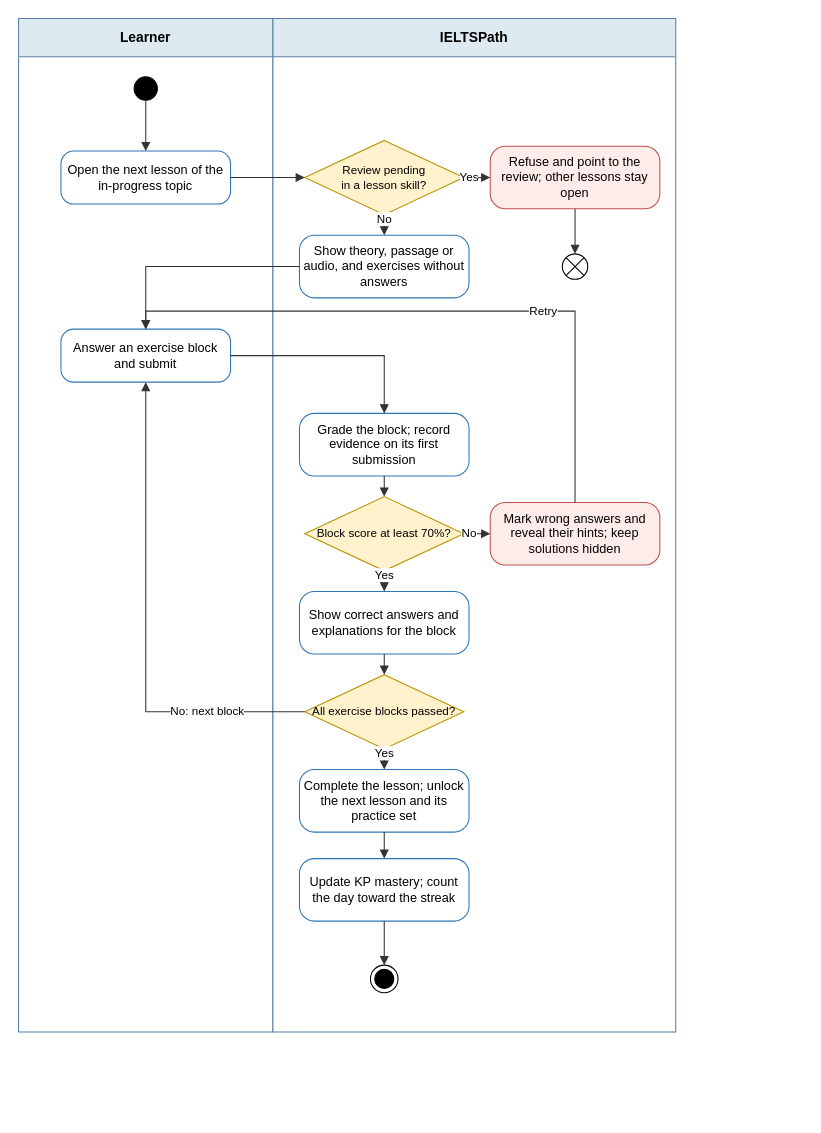
This is page "SC-02 Activity" (2 of 4) of capstone-docs/rp_3.0_system-requirements-system/diagram_script/part2-diagrams/IELTSPath_Scenarios.drawio from IeltsPath-Platform/backend, a draw.io file, before an edit. Source tidied: cells renumbered, new cells numbered last; positions are measured from the earlier drawing's top-left corner, leaving out a move shared by most shapes. Both pictures are drawn from the tidied source at 106%, with x=0, y=0 at pixel (18, 18).
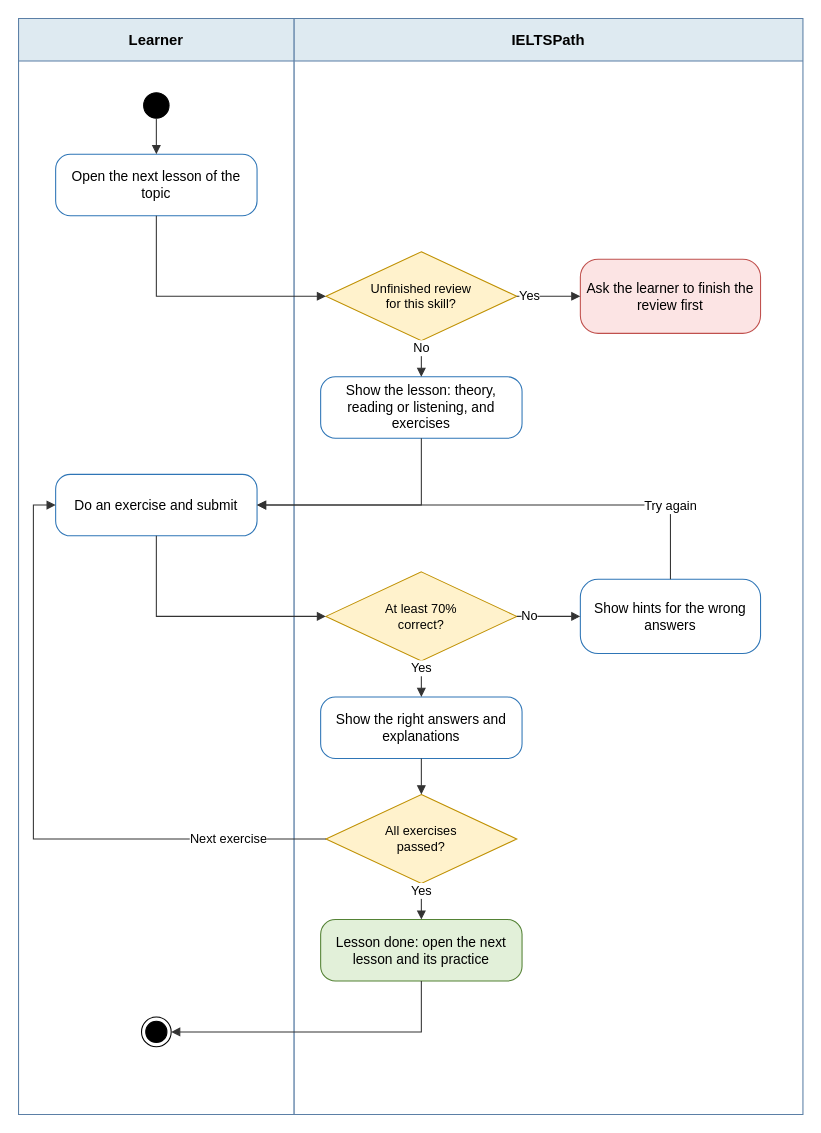
Above is the later version.

Diff of the diagram source:
```diff
@@
-    <mxCell id="2" value="Learner" style="swimlane;startSize=36;html=1;whiteSpace=wrap;fillColor=#DEEAF1;strokeColor=#5B7FA6;fontStyle=1;fontSize=13;swimlaneFillColor=#FFFFFF;" parent="1" vertex="1">
-      <mxGeometry width="240" height="956" as="geometry" />
+    <mxCell id="2" value="Learner" style="swimlane;startSize=40;html=1;whiteSpace=wrap;fillColor=#DEEAF1;strokeColor=#5B7FA6;fontStyle=1;fontSize=14;swimlaneFillColor=#FFFFFF;" parent="1" vertex="1">
+      <mxGeometry width="260" height="1034" as="geometry" />
     </mxCell>
-    <mxCell id="3" value="IELTSPath" style="swimlane;startSize=36;html=1;whiteSpace=wrap;fillColor=#DEEAF1;strokeColor=#5B7FA6;fontStyle=1;fontSize=13;swimlaneFillColor=#FFFFFF;" parent="1" vertex="1">
-      <mxGeometry x="240" width="380" height="956" as="geometry" />
+    <mxCell id="3" value="IELTSPath" style="swimlane;startSize=40;html=1;whiteSpace=wrap;fillColor=#DEEAF1;strokeColor=#5B7FA6;fontStyle=1;fontSize=14;swimlaneFillColor=#FFFFFF;" parent="1" vertex="1">
+      <mxGeometry x="260" width="480" height="1034" as="geometry" />
     </mxCell>
-    <mxCell id="4" style="ellipse;html=1;fillColor=#000000;strokeColor=#000000;" parent="1" vertex="1">
-      <mxGeometry x="109" y="55" width="22" height="22" as="geometry" />
-    </mxCell>
+    <mxCell id="35" style="ellipse;html=1;fillColor=#000000;strokeColor=#000000;" parent="1" vertex="1">
+      <mxGeometry x="118" y="70" width="24" height="24" as="geometry" />
+    </mxCell>
-    <mxCell id="5" value="Open the next lesson of the in-progress topic" style="rounded=1;arcSize=24;whiteSpace=wrap;html=1;fillColor=#FFFFFF;strokeColor=#2E75B6;fontSize=12;" parent="1" vertex="1">
-      <mxGeometry x="40" y="125" width="160" height="50" as="geometry" />
+    <mxCell id="5" value="Open the next lesson of the topic" style="rounded=1;arcSize=24;whiteSpace=wrap;html=1;fillColor=#FFFFFF;strokeColor=#2E75B6;fontSize=13;" parent="1" vertex="1">
+      <mxGeometry x="35" y="128" width="190" height="58" as="geometry" />
     </mxCell>
-    <mxCell id="6" value="Review pending&lt;br&gt;in a lesson skill?" style="rhombus;whiteSpace=wrap;html=1;fillColor=#FFF2CC;strokeColor=#BF9000;fontSize=11;" parent="1" vertex="1">
-      <mxGeometry x="270" y="115" width="150" height="70" as="geometry" />
-    </mxCell>
+    <mxCell id="36" value="Unfinished review&lt;br&gt;for this skill?" style="rhombus;whiteSpace=wrap;html=1;fillColor=#FFF2CC;strokeColor=#BF9000;fontSize=12;" parent="1" vertex="1">
+      <mxGeometry x="290" y="220" width="180" height="84" as="geometry" />
+    </mxCell>
-    <mxCell id="7" value="Refuse and point to the review; other lessons stay open" style="rounded=1;arcSize=24;whiteSpace=wrap;html=1;fillColor=#FDECEA;strokeColor=#C0504D;fontSize=12;" parent="1" vertex="1">
-      <mxGeometry x="445" y="120.5" width="160" height="59" as="geometry" />
+    <mxCell id="7" value="Ask the learner to finish the review first" style="rounded=1;arcSize=24;whiteSpace=wrap;html=1;fillColor=#FCE4E4;strokeColor=#C0504D;fontSize=13;" parent="1" vertex="1">
+      <mxGeometry x="530" y="227" width="170" height="70" as="geometry" />
     </mxCell>
-    <mxCell id="8" style="shape=sumEllipse;perimeter=ellipsePerimeter;html=1;fillColor=#FFFFFF;strokeColor=#000000;" parent="1" vertex="1">
-      <mxGeometry x="513" y="222" width="24" height="24" as="geometry" />
-    </mxCell>
-    <mxCell id="9" value="Show theory, passage or audio, and exercises without answers" style="rounded=1;arcSize=24;whiteSpace=wrap;html=1;fillColor=#FFFFFF;strokeColor=#2E75B6;fontSize=12;" parent="1" vertex="1">
-      <mxGeometry x="265" y="204.5" width="160" height="59" as="geometry" />
+    <mxCell id="9" value="Show the lesson: theory, reading or listening, and exercises" style="rounded=1;arcSize=24;whiteSpace=wrap;html=1;fillColor=#FFFFFF;strokeColor=#2E75B6;fontSize=13;" parent="1" vertex="1">
+      <mxGeometry x="285" y="338" width="190" height="58" as="geometry" />
     </mxCell>
-    <mxCell id="10" value="Answer an exercise block and submit" style="rounded=1;arcSize=24;whiteSpace=wrap;html=1;fillColor=#FFFFFF;strokeColor=#2E75B6;fontSize=12;" parent="1" vertex="1">
-      <mxGeometry x="40" y="293" width="160" height="50" as="geometry" />
+    <mxCell id="10" value="Do an exercise and submit" style="rounded=1;arcSize=24;whiteSpace=wrap;html=1;fillColor=#FFFFFF;strokeColor=#2E75B6;fontSize=13;" parent="1" vertex="1">
+      <mxGeometry x="35" y="430" width="190" height="58" as="geometry" />
     </mxCell>
+    <mxCell id="37" value="At least 70%&lt;br&gt;correct?" style="rhombus;whiteSpace=wrap;html=1;fillColor=#FFF2CC;strokeColor=#BF9000;fontSize=12;" parent="1" vertex="1">
+      <mxGeometry x="290" y="522" width="180" height="84" as="geometry" />
+    </mxCell>
-    <mxCell id="11" value="Grade the block; record evidence on its first submission" style="rounded=1;arcSize=24;whiteSpace=wrap;html=1;fillColor=#FFFFFF;strokeColor=#2E75B6;fontSize=12;" parent="1" vertex="1">
-      <mxGeometry x="265" y="372.5" width="160" height="59" as="geometry" />
+    <mxCell id="11" value="Show hints for the wrong answers" style="rounded=1;arcSize=24;whiteSpace=wrap;html=1;fillColor=#FFFFFF;strokeColor=#2E75B6;fontSize=13;" parent="1" vertex="1">
+      <mxGeometry x="530" y="529" width="170" height="70" as="geometry" />
     </mxCell>
-    <mxCell id="12" value="Block score at least 70%?" style="rhombus;whiteSpace=wrap;html=1;fillColor=#FFF2CC;strokeColor=#BF9000;fontSize=11;" parent="1" vertex="1">
-      <mxGeometry x="270" y="451" width="150" height="70" as="geometry" />
-    </mxCell>
-    <mxCell id="13" value="Mark wrong answers and reveal their hints; keep solutions hidden" style="rounded=1;arcSize=24;whiteSpace=wrap;html=1;fillColor=#FDECEA;strokeColor=#C0504D;fontSize=12;" parent="1" vertex="1">
-      <mxGeometry x="445" y="456.5" width="160" height="59" as="geometry" />
-    </mxCell>
-    <mxCell id="14" value="Show correct answers and explanations for the block" style="rounded=1;arcSize=24;whiteSpace=wrap;html=1;fillColor=#FFFFFF;strokeColor=#2E75B6;fontSize=12;" parent="1" vertex="1">
-      <mxGeometry x="265" y="540.5" width="160" height="59" as="geometry" />
+    <mxCell id="14" value="Show the right answers and explanations" style="rounded=1;arcSize=24;whiteSpace=wrap;html=1;fillColor=#FFFFFF;strokeColor=#2E75B6;fontSize=13;" parent="1" vertex="1">
+      <mxGeometry x="285" y="640" width="190" height="58" as="geometry" />
     </mxCell>
-    <mxCell id="15" value="All exercise blocks passed?" style="rhombus;whiteSpace=wrap;html=1;fillColor=#FFF2CC;strokeColor=#BF9000;fontSize=11;" parent="1" vertex="1">
-      <mxGeometry x="270" y="619" width="150" height="70" as="geometry" />
-    </mxCell>
+    <mxCell id="38" value="All exercises&lt;br&gt;passed?" style="rhombus;whiteSpace=wrap;html=1;fillColor=#FFF2CC;strokeColor=#BF9000;fontSize=12;" parent="1" vertex="1">
+      <mxGeometry x="290" y="732" width="180" height="84" as="geometry" />
+    </mxCell>
-    <mxCell id="16" value="Complete the lesson; unlock the next lesson and its practice set" style="rounded=1;arcSize=24;whiteSpace=wrap;html=1;fillColor=#FFFFFF;strokeColor=#2E75B6;fontSize=12;" parent="1" vertex="1">
-      <mxGeometry x="265" y="708.5" width="160" height="59" as="geometry" />
+    <mxCell id="16" value="Lesson done: open the next lesson and its practice" style="rounded=1;arcSize=24;whiteSpace=wrap;html=1;fillColor=#E2F0D9;strokeColor=#548235;fontSize=13;" parent="1" vertex="1">
+      <mxGeometry x="285" y="850" width="190" height="58" as="geometry" />
     </mxCell>
-    <mxCell id="17" value="Update KP mastery; count the day toward the streak" style="rounded=1;arcSize=24;whiteSpace=wrap;html=1;fillColor=#FFFFFF;strokeColor=#2E75B6;fontSize=12;" parent="1" vertex="1">
-      <mxGeometry x="265" y="792.5" width="160" height="59" as="geometry" />
-    </mxCell>
     <mxCell id="18" style="ellipse;html=1;shape=endState;fillColor=#000000;strokeColor=#000000;" parent="1" vertex="1">
-      <mxGeometry x="332" y="893" width="26" height="26" as="geometry" />
+      <mxGeometry x="116" y="942" width="28" height="28" as="geometry" />
     </mxCell>
-    <mxCell id="19" style="edgeStyle=none;rounded=0;html=1;endArrow=block;endFill=1;strokeColor=#333333;fontSize=11;labelBackgroundColor=#FFFFFF;exitX=0.500;exitY=1.000;exitDx=0;exitDy=0;entryX=0.500;entryY=0.000;entryDx=0;entryDy=0;" parent="1" edge="1" source="4" target="5">
-      <mxGeometry relative="1" as="geometry" />
-    </mxCell>
-    <mxCell id="20" style="edgeStyle=none;rounded=0;html=1;endArrow=block;endFill=1;strokeColor=#333333;fontSize=11;labelBackgroundColor=#FFFFFF;exitX=1.000;exitY=0.500;exitDx=0;exitDy=0;entryX=0.000;entryY=0.500;entryDx=0;entryDy=0;" parent="1" edge="1" source="5" target="6">
-      <mxGeometry relative="1" as="geometry" />
-    </mxCell>
-    <mxCell id="21" value="Yes" style="edgeStyle=none;rounded=0;html=1;endArrow=block;endFill=1;strokeColor=#333333;fontSize=11;labelBackgroundColor=#FFFFFF;exitX=1.000;exitY=0.500;exitDx=0;exitDy=0;entryX=0.000;entryY=0.500;entryDx=0;entryDy=0;" parent="1" edge="1" source="6" target="7">
-      <mxGeometry x="-0.56" relative="1" as="geometry" />
-    </mxCell>
-    <mxCell id="22" style="edgeStyle=none;rounded=0;html=1;endArrow=block;endFill=1;strokeColor=#333333;fontSize=11;labelBackgroundColor=#FFFFFF;exitX=0.500;exitY=1.000;exitDx=0;exitDy=0;entryX=0.500;entryY=0.000;entryDx=0;entryDy=0;" parent="1" edge="1" source="7" target="8">
-      <mxGeometry relative="1" as="geometry" />
-    </mxCell>
-    <mxCell id="23" value="No" style="edgeStyle=none;rounded=0;html=1;endArrow=block;endFill=1;strokeColor=#333333;fontSize=11;labelBackgroundColor=#FFFFFF;exitX=0.500;exitY=1.000;exitDx=0;exitDy=0;entryX=0.500;entryY=0.000;entryDx=0;entryDy=0;" parent="1" edge="1" source="6" target="9">
-      <mxGeometry x="-0.56" relative="1" as="geometry" />
-    </mxCell>
+    <mxCell id="39" style="edgeStyle=none;rounded=0;html=1;endArrow=block;endFill=1;strokeColor=#333333;fontSize=12;labelBackgroundColor=#FFFFFF;" parent="1" edge="1" source="35" target="5">
+      <mxGeometry relative="1" as="geometry" />
+    </mxCell>
+    <mxCell id="40" style="edgeStyle=none;rounded=0;html=1;endArrow=block;endFill=1;strokeColor=#333333;fontSize=12;labelBackgroundColor=#FFFFFF;" parent="1" edge="1" source="5" target="36">
+      <mxGeometry relative="1" as="geometry">
+        <Array as="points">
+          <mxPoint x="130" y="262" />
+        </Array>
+      </mxGeometry>
+    </mxCell>
-    <mxCell id="24" style="edgeStyle=none;rounded=0;html=1;endArrow=block;endFill=1;strokeColor=#333333;fontSize=11;labelBackgroundColor=#FFFFFF;exitX=0.000;exitY=0.500;exitDx=0;exitDy=0;entryX=0.500;entryY=0.000;entryDx=0;entryDy=0;" parent="1" edge="1" source="9" target="10">
+    <mxCell id="24" style="edgeStyle=none;rounded=0;html=1;endArrow=block;endFill=1;strokeColor=#333333;fontSize=12;labelBackgroundColor=#FFFFFF;" parent="1" edge="1" source="9" target="10">
       <mxGeometry relative="1" as="geometry">
         <Array as="points">
-          <mxPoint x="120" y="234" />
+          <mxPoint x="380" y="459" />
         </Array>
       </mxGeometry>
     </mxCell>
-    <mxCell id="25" style="edgeStyle=none;rounded=0;html=1;endArrow=block;endFill=1;strokeColor=#333333;fontSize=11;labelBackgroundColor=#FFFFFF;exitX=1.000;exitY=0.500;exitDx=0;exitDy=0;entryX=0.500;entryY=0.000;entryDx=0;entryDy=0;" parent="1" edge="1" source="10" target="11">
-      <mxGeometry relative="1" as="geometry">
-        <Array as="points">
-          <mxPoint x="345" y="318" />
-        </Array>
-      </mxGeometry>
-    </mxCell>
-    <mxCell id="26" style="edgeStyle=none;rounded=0;html=1;endArrow=block;endFill=1;strokeColor=#333333;fontSize=11;labelBackgroundColor=#FFFFFF;exitX=0.500;exitY=1.000;exitDx=0;exitDy=0;entryX=0.500;entryY=0.000;entryDx=0;entryDy=0;" parent="1" edge="1" source="11" target="12">
-      <mxGeometry relative="1" as="geometry" />
-    </mxCell>
-    <mxCell id="27" value="No" style="edgeStyle=none;rounded=0;html=1;endArrow=block;endFill=1;strokeColor=#333333;fontSize=11;labelBackgroundColor=#FFFFFF;exitX=1.000;exitY=0.500;exitDx=0;exitDy=0;entryX=0.000;entryY=0.500;entryDx=0;entryDy=0;" parent="1" edge="1" source="12" target="13">
-      <mxGeometry x="-0.56" relative="1" as="geometry" />
-    </mxCell>
-    <mxCell id="28" value="Retry" style="edgeStyle=none;rounded=0;html=1;endArrow=block;endFill=1;strokeColor=#333333;fontSize=11;labelBackgroundColor=#FFFFFF;exitX=0.500;exitY=0.000;exitDx=0;exitDy=0;entryX=0.500;entryY=0.000;entryDx=0;entryDy=0;" parent="1" edge="1" source="13" target="10">
-      <mxGeometry x="-0.3" relative="1" as="geometry">
-        <Array as="points">
-          <mxPoint x="525" y="276" />
-          <mxPoint x="120" y="276" />
-        </Array>
-      </mxGeometry>
-    </mxCell>
-    <mxCell id="29" value="Yes" style="edgeStyle=none;rounded=0;html=1;endArrow=block;endFill=1;strokeColor=#333333;fontSize=11;labelBackgroundColor=#FFFFFF;exitX=0.500;exitY=1.000;exitDx=0;exitDy=0;entryX=0.500;entryY=0.000;entryDx=0;entryDy=0;" parent="1" edge="1" source="12" target="14">
-      <mxGeometry x="-0.56" relative="1" as="geometry" />
-    </mxCell>
-    <mxCell id="30" style="edgeStyle=none;rounded=0;html=1;endArrow=block;endFill=1;strokeColor=#333333;fontSize=11;labelBackgroundColor=#FFFFFF;exitX=0.500;exitY=1.000;exitDx=0;exitDy=0;entryX=0.500;entryY=0.000;entryDx=0;entryDy=0;" parent="1" edge="1" source="14" target="15">
-      <mxGeometry relative="1" as="geometry" />
-    </mxCell>
-    <mxCell id="31" value="No: next block" style="edgeStyle=none;rounded=0;html=1;endArrow=block;endFill=1;strokeColor=#333333;fontSize=11;labelBackgroundColor=#FFFFFF;exitX=0.000;exitY=0.500;exitDx=0;exitDy=0;entryX=0.500;entryY=1.000;entryDx=0;entryDy=0;" parent="1" edge="1" source="15" target="10">
-      <mxGeometry x="-0.6" relative="1" as="geometry">
-        <Array as="points">
-          <mxPoint x="120" y="654" />
-        </Array>
-      </mxGeometry>
-    </mxCell>
-    <mxCell id="32" value="Yes" style="edgeStyle=none;rounded=0;html=1;endArrow=block;endFill=1;strokeColor=#333333;fontSize=11;labelBackgroundColor=#FFFFFF;exitX=0.500;exitY=1.000;exitDx=0;exitDy=0;entryX=0.500;entryY=0.000;entryDx=0;entryDy=0;" parent="1" edge="1" source="15" target="16">
-      <mxGeometry x="-0.56" relative="1" as="geometry" />
-    </mxCell>
-    <mxCell id="33" style="edgeStyle=none;rounded=0;html=1;endArrow=block;endFill=1;strokeColor=#333333;fontSize=11;labelBackgroundColor=#FFFFFF;exitX=0.500;exitY=1.000;exitDx=0;exitDy=0;entryX=0.500;entryY=0.000;entryDx=0;entryDy=0;" parent="1" edge="1" source="16" target="17">
-      <mxGeometry relative="1" as="geometry" />
-    </mxCell>
-    <mxCell id="34" style="edgeStyle=none;rounded=0;html=1;endArrow=block;endFill=1;strokeColor=#333333;fontSize=11;labelBackgroundColor=#FFFFFF;exitX=0.500;exitY=1.000;exitDx=0;exitDy=0;entryX=0.500;entryY=0.000;entryDx=0;entryDy=0;" parent="1" edge="1" source="17" target="18">
-      <mxGeometry relative="1" as="geometry" />
-    </mxCell>
+    <mxCell id="41" style="edgeStyle=none;rounded=0;html=1;endArrow=block;endFill=1;strokeColor=#333333;fontSize=12;labelBackgroundColor=#FFFFFF;" parent="1" edge="1" source="10" target="37">
+      <mxGeometry relative="1" as="geometry">
+        <Array as="points">
+          <mxPoint x="130" y="564" />
+        </Array>
+      </mxGeometry>
+    </mxCell>
+    <mxCell id="42" style="edgeStyle=none;rounded=0;html=1;endArrow=block;endFill=1;strokeColor=#333333;fontSize=12;labelBackgroundColor=#FFFFFF;" parent="1" edge="1" source="16" target="18">
+      <mxGeometry relative="1" as="geometry">
+        <Array as="points">
+          <mxPoint x="380" y="956" />
+        </Array>
+      </mxGeometry>
+    </mxCell>
+    <mxCell id="43" value="Yes" style="edgeStyle=none;rounded=0;html=1;endArrow=block;endFill=1;strokeColor=#333333;fontSize=12;labelBackgroundColor=#FFFFFF;" parent="1" edge="1" source="36" target="7">
+      <mxGeometry x="-0.6" relative="1" as="geometry" />
+    </mxCell>
+    <mxCell id="44" value="No" style="edgeStyle=none;rounded=0;html=1;endArrow=block;endFill=1;strokeColor=#333333;fontSize=12;labelBackgroundColor=#FFFFFF;" parent="1" edge="1" source="36" target="9">
+      <mxGeometry x="-0.6" relative="1" as="geometry" />
+    </mxCell>
+    <mxCell id="45" value="Yes" style="edgeStyle=none;rounded=0;html=1;endArrow=block;endFill=1;strokeColor=#333333;fontSize=12;labelBackgroundColor=#FFFFFF;" parent="1" edge="1" source="37" target="14">
+      <mxGeometry x="-0.6" relative="1" as="geometry" />
+    </mxCell>
+    <mxCell id="46" value="No" style="edgeStyle=none;rounded=0;html=1;endArrow=block;endFill=1;strokeColor=#333333;fontSize=12;labelBackgroundColor=#FFFFFF;" parent="1" edge="1" source="37" target="11">
+      <mxGeometry x="-0.6" relative="1" as="geometry" />
+    </mxCell>
+    <mxCell id="47" value="Try again" style="edgeStyle=none;rounded=0;html=1;endArrow=block;endFill=1;strokeColor=#333333;fontSize=12;labelBackgroundColor=#FFFFFF;" parent="1" edge="1" source="11" target="10">
+      <mxGeometry x="-0.7" relative="1" as="geometry">
+        <Array as="points">
+          <mxPoint x="615" y="459" />
+        </Array>
+      </mxGeometry>
+    </mxCell>
+    <mxCell id="48" value="Yes" style="edgeStyle=none;rounded=0;html=1;endArrow=block;endFill=1;strokeColor=#333333;fontSize=12;labelBackgroundColor=#FFFFFF;" parent="1" edge="1" source="38" target="16">
+      <mxGeometry x="-0.6" relative="1" as="geometry" />
+    </mxCell>
+    <mxCell id="49" value="Next exercise" style="edgeStyle=none;rounded=0;html=1;endArrow=block;endFill=1;strokeColor=#333333;fontSize=12;labelBackgroundColor=#FFFFFF;" parent="1" edge="1" source="38" target="10">
+      <mxGeometry x="-0.7" relative="1" as="geometry">
+        <Array as="points">
+          <mxPoint x="14" y="774" />
+          <mxPoint x="14" y="459" />
+        </Array>
+      </mxGeometry>
+    </mxCell>
+    <mxCell id="50" style="edgeStyle=none;rounded=0;html=1;endArrow=block;endFill=1;strokeColor=#333333;fontSize=12;labelBackgroundColor=#FFFFFF;" parent="1" edge="1" source="14" target="38">
+      <mxGeometry relative="1" as="geometry" />
+    </mxCell>
```
